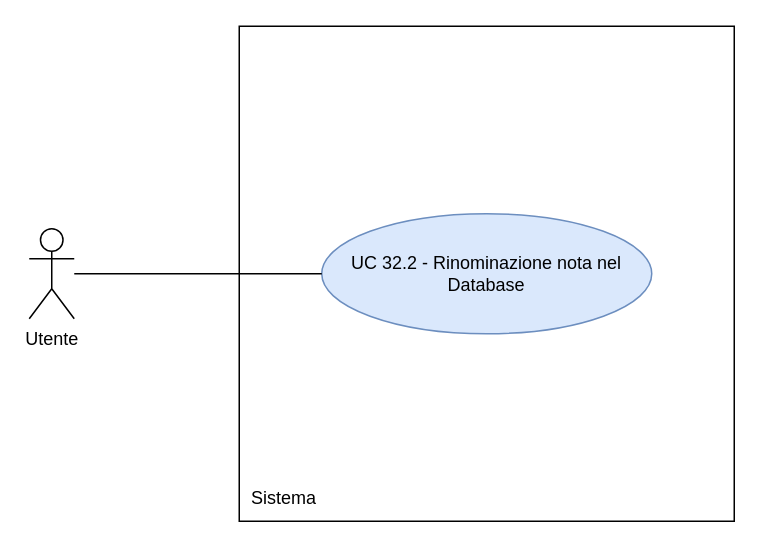
Before: RTB/doc_esterna/analisi-dei-requisiti/assets/draw.io/UC32.2.drawio in thebitless-group-swe/thebitless.github.io, a draw.io diagram. Source tidied: cells renumbered, new cells numbered last; positions are measured from the earlier drawing's top-left corner, leaving out a move shared by most shapes. Both pictures are drawn from the tidied source at 150%, with x=0, y=0 at pixel (28, 26).
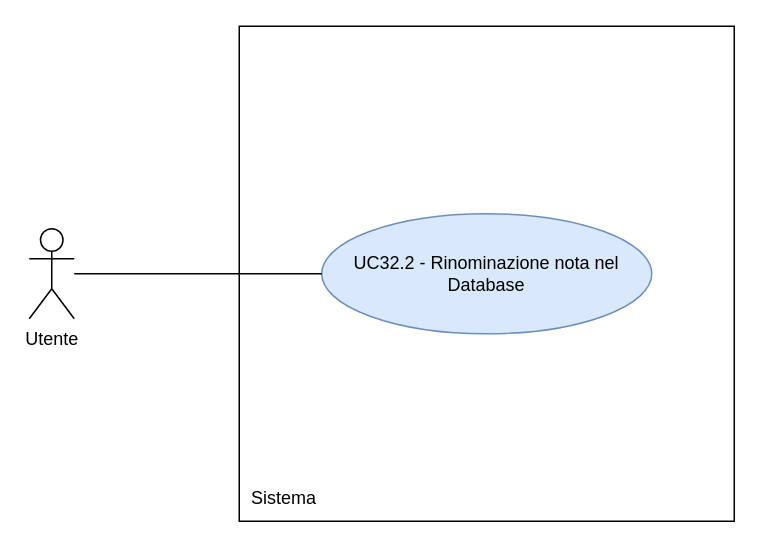
Above is the later version.

Diff of the diagram source:
```diff
@@
 <mxGraphModel>
   <root>
     <mxCell id="0" />
     <mxCell id="1" parent="0" />
     <mxCell id="2" value="Utente" style="shape=umlActor;verticalLabelPosition=bottom;verticalAlign=top;html=1;outlineConnect=0;" parent="1" vertex="1">
       <mxGeometry y="135" width="30" height="60" as="geometry" />
     </mxCell>
     <mxCell id="3" style="whiteSpace=wrap;html=1;" parent="1" vertex="1">
       <mxGeometry x="140" width="330" height="330" as="geometry" />
     </mxCell>
     <mxCell id="4" value="Sistema" style="text;html=1;whiteSpace=wrap;strokeColor=none;fillColor=none;align=center;verticalAlign=middle;rounded=0;" parent="1" vertex="1">
       <mxGeometry x="140" y="300" width="60" height="30" as="geometry" />
     </mxCell>
-    <mxCell id="5" value="UC 32.2 - Rinominazione nota nel Database" style="ellipse;whiteSpace=wrap;html=1;fillColor=#dae8fc;strokeColor=#6c8ebf;" parent="1" vertex="1">
+    <mxCell id="5" value="UC32.2 - Rinominazione nota nel Database" style="ellipse;whiteSpace=wrap;html=1;fillColor=#dae8fc;strokeColor=#6c8ebf;" parent="1" vertex="1">
       <mxGeometry x="195" y="125" width="220" height="80" as="geometry" />
     </mxCell>
     <mxCell id="6" style="edgeStyle=none;rounded=0;jettySize=auto;html=1;endArrow=none;endFill=0;" parent="1" edge="1" source="2" target="5">
       <mxGeometry relative="1" as="geometry" />
     </mxCell>
   </root>
 </mxGraphModel>
```
